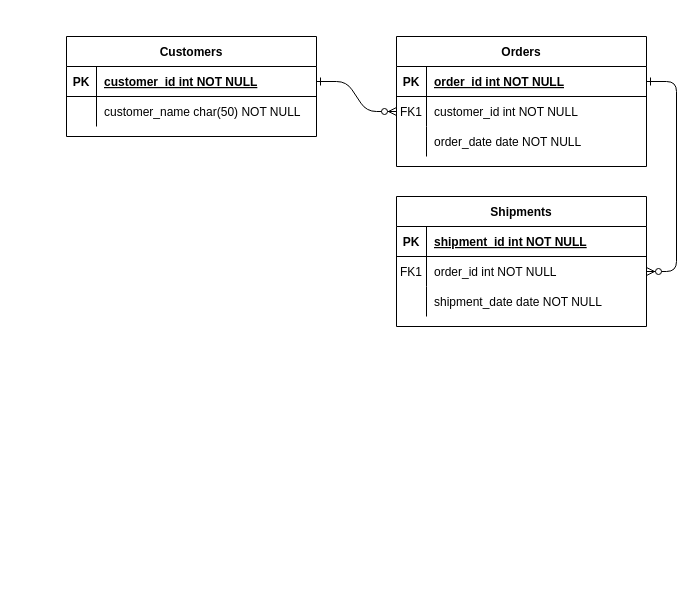
This is amazonClone.drawio from Jebolwski/amazon-clone, a draw.io file, before an edit. Source tidied: cells renumbered, new cells numbered last; positions are measured from the earlier drawing's top-left corner, leaving out a move shared by most shapes. Both pictures are drawn from the tidied source at 100%, with x=0, y=0 at pixel (66, 36).
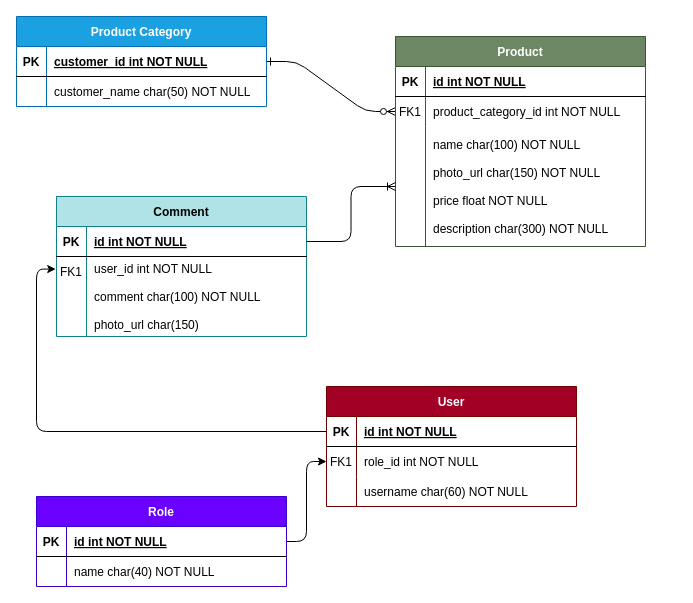
Above is the later version.

The change refers to these unchanged cells:
```xml
<mxCell id="5" style="shape=partialRectangle;fillColor=none;points=[[0,0.5],[1,0.5]];portConstraint=eastwest;top=0;left=0;right=0;bottom=1;" parent="4" vertex="1">
  <mxGeometry y="30" width="250" height="30" as="geometry" />
</mxCell>
<mxCell id="8" style="shape=partialRectangle;fillColor=none;points=[[0,0.5],[1,0.5]];portConstraint=eastwest;top=0;left=0;right=0;bottom=0;" parent="4" vertex="1">
  <mxGeometry y="60" width="250" height="30" as="geometry" />
</mxCell>
<mxCell id="15" style="shape=partialRectangle;fillColor=none;points=[[0,0.5],[1,0.5]];portConstraint=eastwest;top=0;left=0;right=0;bottom=1;" parent="14" vertex="1">
  <mxGeometry y="30" width="250" height="30" as="geometry" />
</mxCell>
<mxCell id="18" style="shape=partialRectangle;fillColor=none;points=[[0,0.5],[1,0.5]];portConstraint=eastwest;top=0;left=0;right=0;bottom=0;" parent="14" vertex="1">
  <mxGeometry y="60" width="250" height="30" as="geometry" />
</mxCell>
<mxCell id="21" style="shape=partialRectangle;fillColor=none;top=0;left=0;right=0;bottom=0;" parent="14" vertex="1">
  <mxGeometry y="90" width="250" height="30" as="geometry" />
</mxCell>
```

What changed in the source:
```diff
@@
-    <mxCell id="3" style="edgeStyle=entityRelationEdgeStyle;endArrow=ERzeroToMany;startArrow=ERone;endFill=1;startFill=0;" parent="1" edge="1" source="5" target="18">
-      <mxGeometry relative="1" as="geometry" />
-    </mxCell>
-    <mxCell id="4" value="Orders" style="shape=table;startSize=30;childLayout=tableLayout;rowLines=0;fontStyle=1;align=center;" parent="1" vertex="1">
-      <mxGeometry x="330" width="250" height="130" as="geometry" />
+    <mxCell id="4" value="Product" style="shape=table;startSize=30;childLayout=tableLayout;rowLines=0;fontStyle=1;align=center;fillColor=#6d8764;strokeColor=#3A5431;swimlaneFillColor=default;shadow=0;swimlaneLine=1;rounded=0;fillStyle=auto;fontColor=#ffffff;" parent="1" vertex="1">
+      <mxGeometry x="329" width="250" height="210" as="geometry" />
     </mxCell>
@@
-    <mxCell id="7" value="order_id int NOT NULL " style="shape=partialRectangle;overflow=hidden;fillColor=none;top=0;left=0;bottom=0;right=0;align=left;spacingLeft=6;fontStyle=5;" parent="5" vertex="1">
+    <mxCell id="7" value="id int NOT NULL" style="shape=partialRectangle;overflow=hidden;fillColor=none;top=0;left=0;bottom=0;right=0;align=left;spacingLeft=6;fontStyle=5;" parent="5" vertex="1">
       <mxGeometry x="30" width="220" height="30" as="geometry" />
     </mxCell>
@@
-    <mxCell id="10" value="customer_id int NOT NULL" style="shape=partialRectangle;overflow=hidden;fillColor=none;top=0;left=0;bottom=0;right=0;align=left;spacingLeft=6;" parent="8" vertex="1">
+    <mxCell id="10" value="product_category_id int NOT NULL" style="shape=partialRectangle;overflow=hidden;fillColor=none;top=0;left=0;bottom=0;right=0;align=left;spacingLeft=6;" parent="8" vertex="1">
       <mxGeometry x="30" width="220" height="30" as="geometry" />
     </mxCell>
     <mxCell id="11" style="shape=partialRectangle;fillColor=none;points=[[0,0.5],[1,0.5]];portConstraint=eastwest;top=0;left=0;right=0;bottom=0;" parent="4" vertex="1">
-      <mxGeometry y="90" width="250" height="30" as="geometry" />
+      <mxGeometry y="90" width="250" height="120" as="geometry" />
     </mxCell>
     <mxCell id="12" style="shape=partialRectangle;overflow=hidden;fillColor=none;top=0;left=0;bottom=0;right=0;" parent="11" vertex="1">
-      <mxGeometry width="30" height="30" as="geometry" />
+      <mxGeometry width="30" height="120" as="geometry" />
     </mxCell>
-    <mxCell id="13" value="order_date date NOT NULL" style="shape=partialRectangle;overflow=hidden;fillColor=none;top=0;left=0;bottom=0;right=0;align=left;spacingLeft=6;" parent="11" vertex="1">
-      <mxGeometry x="30" width="220" height="30" as="geometry" />
+    <mxCell id="13" value="name char(100) NOT NULL&#10;&#10;photo_url char(150) NOT NULL&#10;&#10;price float NOT NULL&#10;&#10;description char(300) NOT NULL" style="shape=partialRectangle;overflow=hidden;fillColor=none;top=0;left=0;bottom=0;right=0;align=left;spacingLeft=6;" parent="11" vertex="1">
+      <mxGeometry x="30" width="220" height="120" as="geometry" />
     </mxCell>
-    <mxCell id="14" value="Shipments" style="shape=table;startSize=30;childLayout=tableLayout;rowLines=0;fontStyle=1;align=center;" parent="1" vertex="1">
-      <mxGeometry x="330" y="160" width="250" height="130" as="geometry" />
+    <mxCell id="14" value="User" style="shape=table;startSize=30;childLayout=tableLayout;rowLines=0;fontStyle=1;align=center;fillColor=#a20025;fontColor=#ffffff;strokeColor=#6F0000;swimlaneFillColor=default;" parent="1" vertex="1">
+      <mxGeometry x="260" y="350" width="250" height="120" as="geometry" />
     </mxCell>
@@
-    <mxCell id="17" value="shipment_id int NOT NULL " style="shape=partialRectangle;overflow=hidden;fillColor=none;top=0;left=0;bottom=0;right=0;align=left;spacingLeft=6;fontStyle=5;" parent="15" vertex="1">
+    <mxCell id="17" value="id int NOT NULL " style="shape=partialRectangle;overflow=hidden;fillColor=none;top=0;left=0;bottom=0;right=0;align=left;spacingLeft=6;fontStyle=5;" parent="15" vertex="1">
       <mxGeometry x="30" width="220" height="30" as="geometry" />
     </mxCell>
@@
-    <mxCell id="20" value="order_id int NOT NULL" style="shape=partialRectangle;overflow=hidden;fillColor=none;top=0;left=0;bottom=0;right=0;align=left;spacingLeft=6;" parent="18" vertex="1">
+    <mxCell id="20" value="role_id int NOT NULL" style="shape=partialRectangle;overflow=hidden;fillColor=none;top=0;left=0;bottom=0;right=0;align=left;spacingLeft=6;" parent="18" vertex="1">
       <mxGeometry x="30" width="220" height="30" as="geometry" />
     </mxCell>
@@
-    <mxCell id="23" value="shipment_date date NOT NULL" style="shape=partialRectangle;overflow=hidden;fillColor=none;top=0;left=0;bottom=0;right=0;align=left;spacingLeft=6;" parent="21" vertex="1">
+    <mxCell id="23" value="username char(60) NOT NULL" style="shape=partialRectangle;overflow=hidden;fillColor=none;top=0;left=0;bottom=0;right=0;align=left;spacingLeft=6;" parent="21" vertex="1">
       <mxGeometry x="30" width="220" height="30" as="geometry" />
     </mxCell>
-    <mxCell id="24" value="Customers" style="shape=table;startSize=30;childLayout=tableLayout;rowLines=0;fontStyle=1;align=center;" parent="1" vertex="1">
-      <mxGeometry width="250" height="100" as="geometry" />
+    <mxCell id="24" value="Product Category" style="shape=table;startSize=30;childLayout=tableLayout;rowLines=0;fontStyle=1;align=center;fillColor=#1ba1e2;fontColor=#ffffff;strokeColor=#006EAF;gradientColor=none;swimlaneFillColor=default;" parent="1" vertex="1">
+      <mxGeometry x="-50" y="-20" width="250" height="90" as="geometry" />
     </mxCell>
@@
+    <mxCell id="31" style="edgeStyle=orthogonalEdgeStyle;rounded=1;jettySize=auto;html=1;exitX=1;exitY=0.5;exitDx=0;exitDy=0;" parent="1" edge="1" source="33" target="18">
+      <mxGeometry relative="1" as="geometry" />
+    </mxCell>
+    <mxCell id="32" value="Role" style="shape=table;startSize=30;childLayout=tableLayout;rowLines=0;fontStyle=1;align=center;fillColor=#6a00ff;fontColor=#ffffff;strokeColor=#3700CC;swimlaneFillColor=default;" parent="1" vertex="1">
+      <mxGeometry x="-30" y="460" width="250" height="90" as="geometry" />
+    </mxCell>
+    <mxCell id="33" style="shape=partialRectangle;fillColor=none;points=[[0,0.5],[1,0.5]];portConstraint=eastwest;top=0;left=0;right=0;bottom=1;" parent="32" vertex="1">
+      <mxGeometry y="30" width="250" height="30" as="geometry" />
+    </mxCell>
+    <mxCell id="34" value="PK" style="shape=partialRectangle;overflow=hidden;fillColor=none;top=0;left=0;bottom=0;right=0;fontStyle=1;" parent="33" vertex="1">
+      <mxGeometry width="30" height="30" as="geometry" />
+    </mxCell>
+    <mxCell id="35" value="id int NOT NULL " style="shape=partialRectangle;overflow=hidden;fillColor=none;top=0;left=0;bottom=0;right=0;align=left;spacingLeft=6;fontStyle=5;" parent="33" vertex="1">
+      <mxGeometry x="30" width="220" height="30" as="geometry" />
+    </mxCell>
+    <mxCell id="36" style="shape=partialRectangle;fillColor=none;top=0;left=0;right=0;bottom=0;" parent="32" vertex="1">
+      <mxGeometry y="60" width="250" height="30" as="geometry" />
+    </mxCell>
+    <mxCell id="37" style="shape=partialRectangle;overflow=hidden;fillColor=none;top=0;left=0;bottom=0;right=0;" parent="36" vertex="1">
+      <mxGeometry width="30" height="30" as="geometry" />
+    </mxCell>
+    <mxCell id="38" value="name char(40) NOT NULL" style="shape=partialRectangle;overflow=hidden;fillColor=none;top=0;left=0;bottom=0;right=0;align=left;spacingLeft=6;" parent="36" vertex="1">
+      <mxGeometry x="30" width="220" height="30" as="geometry" />
+    </mxCell>
+    <mxCell id="39" value="Comment" style="shape=table;startSize=30;childLayout=tableLayout;rowLines=0;fontStyle=1;align=center;fillColor=#b0e3e6;strokeColor=#0e8088;swimlaneFillColor=default;" parent="1" vertex="1">
+      <mxGeometry x="-10" y="160" width="250" height="140" as="geometry" />
+    </mxCell>
+    <mxCell id="40" style="shape=partialRectangle;fillColor=none;points=[[0,0.5],[1,0.5]];portConstraint=eastwest;top=0;left=0;right=0;bottom=1;" parent="39" vertex="1">
+      <mxGeometry y="30" width="250" height="30" as="geometry" />
+    </mxCell>
+    <mxCell id="41" value="PK" style="shape=partialRectangle;overflow=hidden;fillColor=none;top=0;left=0;bottom=0;right=0;fontStyle=1;" parent="40" vertex="1">
+      <mxGeometry width="30" height="30" as="geometry" />
+    </mxCell>
+    <mxCell id="42" value="id int NOT NULL " style="shape=partialRectangle;overflow=hidden;fillColor=none;top=0;left=0;bottom=0;right=0;align=left;spacingLeft=6;fontStyle=5;" parent="40" vertex="1">
+      <mxGeometry x="30" width="220" height="30" as="geometry" />
+    </mxCell>
+    <mxCell id="43" style="shape=partialRectangle;fillColor=none;points=[[0,0.5],[1,0.5]];portConstraint=eastwest;top=0;left=0;right=0;bottom=0;" parent="39" vertex="1">
+      <mxGeometry y="60" width="250" height="80" as="geometry" />
+    </mxCell>
+    <mxCell id="44" style="shape=partialRectangle;overflow=hidden;fillColor=none;top=0;left=0;bottom=0;right=0;" parent="43" vertex="1">
+      <mxGeometry width="30" height="80" as="geometry" />
+    </mxCell>
+    <mxCell id="45" value="user_id int NOT NULL&#10;&#10;comment char(100) NOT NULL&#10;&#10;photo_url char(150)" style="shape=partialRectangle;overflow=hidden;fillColor=none;top=0;left=0;bottom=0;right=0;align=left;spacingLeft=6;" parent="43" vertex="1">
+      <mxGeometry x="30" width="220" height="80" as="geometry" />
+    </mxCell>
+    <mxCell id="46" style="edgeStyle=orthogonalEdgeStyle;rounded=1;jettySize=auto;html=1;endArrow=ERoneToMany;endFill=0;" parent="1" edge="1" source="40" target="11">
+      <mxGeometry relative="1" as="geometry" />
+    </mxCell>
+    <mxCell id="47" style="edgeStyle=orthogonalEdgeStyle;rounded=1;jettySize=auto;html=1;entryX=-0.003;entryY=0.157;entryDx=0;entryDy=0;entryPerimeter=0;" parent="1" edge="1" source="15" target="43">
+      <mxGeometry relative="1" as="geometry" />
+    </mxCell>
+    <mxCell id="48" value="FK1" style="shape=partialRectangle;overflow=hidden;fillColor=none;top=0;left=0;bottom=0;right=0;" parent="1" vertex="1">
+      <mxGeometry x="-10" y="220" width="30" height="30" as="geometry" />
+    </mxCell>
```
